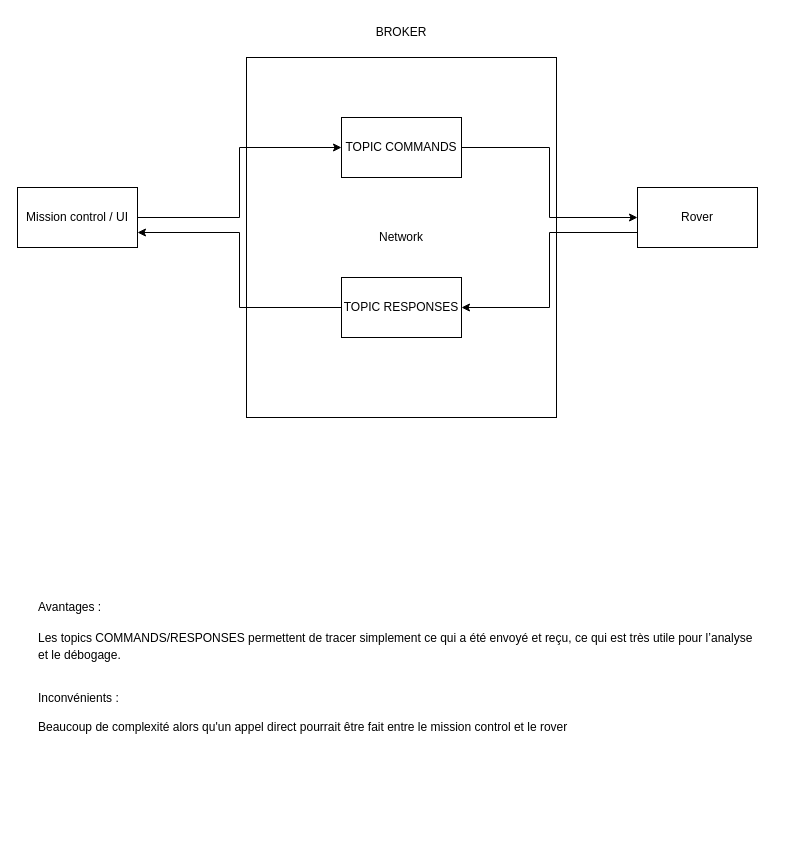
Earlier version of the draw.io diagram page "Page-3" (3 of 3) of schema.drawio (pvayssier/archi_logiciel). Source tidied: cells renumbered, new cells numbered last; positions are measured from the earlier drawing's top-left corner, leaving out a move shared by most shapes. Both pictures are drawn from the tidied source at 100%, with x=0, y=0 at pixel (17, 17).
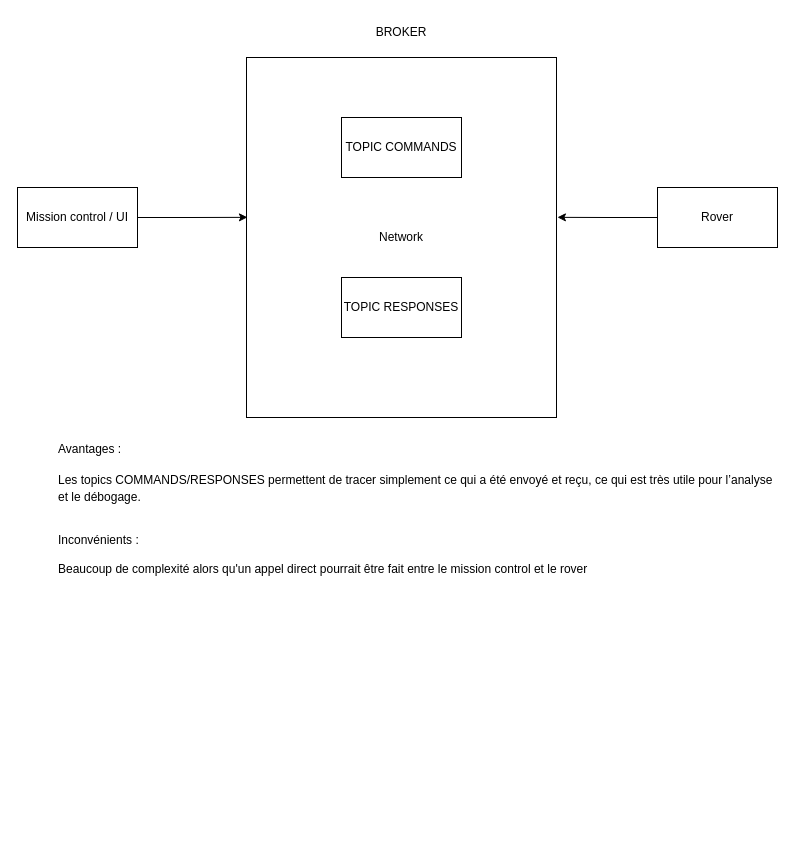
After the change.

Commit message:
Mettre à jour schema.drawio

What changed in the source:
```diff
@@
 <mxGraphModel>
   <root>
     <mxCell id="0" />
     <mxCell id="1" parent="0" />
     <mxCell id="2" value="Network" style="rounded=0;whiteSpace=wrap;html=1;" parent="1" vertex="1">
       <mxGeometry x="229" y="40" width="310" height="360" as="geometry" />
     </mxCell>
-    <mxCell id="3" style="edgeStyle=orthogonalEdgeStyle;rounded=0;jettySize=auto;html=1;exitX=0;exitY=0.75;exitDx=0;exitDy=0;entryX=1;entryY=0.5;entryDx=0;entryDy=0;" parent="1" edge="1" source="4" target="10">
+    <mxCell id="3" style="edgeStyle=orthogonalEdgeStyle;rounded=0;jettySize=auto;html=1;exitX=0;exitY=0.5;exitDx=0;exitDy=0;entryX=1.003;entryY=0.444;entryDx=0;entryDy=0;entryPerimeter=0;" parent="1" edge="1" source="4" target="2">
       <mxGeometry relative="1" as="geometry" />
     </mxCell>
     <mxCell id="4" value="Rover" style="rounded=0;whiteSpace=wrap;html=1;" parent="1" vertex="1">
-      <mxGeometry x="620" y="170" width="120" height="60" as="geometry" />
+      <mxGeometry x="640" y="170" width="120" height="60" as="geometry" />
     </mxCell>
-    <mxCell id="5" style="edgeStyle=orthogonalEdgeStyle;rounded=0;jettySize=auto;html=1;entryX=0;entryY=0.5;entryDx=0;entryDy=0;" parent="1" edge="1" source="6" target="8">
-      <mxGeometry relative="1" as="geometry" />
-    </mxCell>
     <mxCell id="6" value="Mission control / UI" style="rounded=0;whiteSpace=wrap;html=1;" parent="1" vertex="1">
       <mxGeometry y="170" width="120" height="60" as="geometry" />
     </mxCell>
-    <mxCell id="7" style="edgeStyle=orthogonalEdgeStyle;rounded=0;jettySize=auto;html=1;exitX=1;exitY=0.5;exitDx=0;exitDy=0;entryX=0;entryY=0.5;entryDx=0;entryDy=0;" parent="1" edge="1" source="8" target="4">
-      <mxGeometry relative="1" as="geometry" />
-    </mxCell>
     <mxCell id="8" value="TOPIC COMMANDS" style="rounded=0;whiteSpace=wrap;html=1;" parent="1" vertex="1">
       <mxGeometry x="324" y="100" width="120" height="60" as="geometry" />
     </mxCell>
-    <mxCell id="9" style="edgeStyle=orthogonalEdgeStyle;rounded=0;jettySize=auto;html=1;exitX=0;exitY=0.5;exitDx=0;exitDy=0;entryX=1;entryY=0.75;entryDx=0;entryDy=0;" parent="1" edge="1" source="10" target="6">
-      <mxGeometry relative="1" as="geometry" />
-    </mxCell>
     <mxCell id="10" value="TOPIC RESPONSES" style="rounded=0;whiteSpace=wrap;html=1;" parent="1" vertex="1">
       <mxGeometry x="324" y="260" width="120" height="60" as="geometry" />
     </mxCell>
     <mxCell id="11" value="BROKER" style="text;html=1;align=center;verticalAlign=middle;whiteSpace=wrap;rounded=0;" parent="1" vertex="1">
       <mxGeometry x="354" width="60" height="30" as="geometry" />
     </mxCell>
     <mxCell id="12" value="&lt;h3 style=&quot;text-align: left;&quot;&gt;&lt;span style=&quot;background-color: transparent; color: light-dark(rgb(0, 0, 0), rgb(255, 255, 255)); font-size: 12px; font-weight: normal;&quot;&gt;Avantages :&lt;/span&gt;&lt;/h3&gt;&lt;h3 style=&quot;text-align: left;&quot;&gt;&lt;span style=&quot;background-color: transparent; color: light-dark(rgb(0, 0, 0), rgb(255, 255, 255)); font-size: 12px; font-weight: normal;&quot;&gt;Les topics COMMANDS/RESPONSES permettent de tracer simplement ce qui a été envoyé et reçu, ce qui est très utile pour l’analyse et le débogage.&lt;/span&gt;&lt;/h3&gt;&lt;div style=&quot;text-align: left;&quot;&gt;&lt;span style=&quot;background-color: transparent; color: light-dark(rgb(0, 0, 0), rgb(255, 255, 255)); font-size: 12px; font-weight: normal;&quot;&gt;&lt;br&gt;&lt;/span&gt;&lt;/div&gt;&lt;div style=&quot;text-align: left;&quot;&gt;&lt;span style=&quot;background-color: transparent; color: light-dark(rgb(0, 0, 0), rgb(255, 255, 255)); font-size: 12px; font-weight: normal;&quot;&gt;Inconvénients :&lt;br&gt;&lt;br&gt;Beaucoup de complexité alors qu'un appel direct pourrait être fait entre le mission control et le rover&amp;nbsp;&lt;/span&gt;&lt;/div&gt;&lt;div style=&quot;text-align: left;&quot;&gt;&lt;span style=&quot;background-color: transparent; color: light-dark(rgb(0, 0, 0), rgb(255, 255, 255)); font-size: 12px; font-weight: normal;&quot;&gt;&lt;br&gt;&lt;/span&gt;&lt;/div&gt;&lt;div style=&quot;text-align: left;&quot;&gt;&lt;span style=&quot;background-color: transparent; color: light-dark(rgb(0, 0, 0), rgb(255, 255, 255)); font-size: 12px; font-weight: normal;&quot;&gt;&lt;br&gt;&lt;/span&gt;&lt;/div&gt;&lt;div&gt;&lt;br&gt;&lt;/div&gt;" style="text;strokeColor=none;align=center;fillColor=none;html=1;verticalAlign=middle;whiteSpace=wrap;rounded=0;" parent="1" vertex="1">
-      <mxGeometry x="20" y="505" width="720" height="315" as="geometry" />
+      <mxGeometry x="40" y="347" width="720" height="315" as="geometry" />
     </mxCell>
+    <mxCell id="13" style="edgeStyle=orthogonalEdgeStyle;rounded=0;jettySize=auto;html=1;entryX=0.003;entryY=0.444;entryDx=0;entryDy=0;entryPerimeter=0;" parent="1" edge="1" source="6" target="2">
+      <mxGeometry relative="1" as="geometry" />
+    </mxCell>
   </root>
 </mxGraphModel>
```
